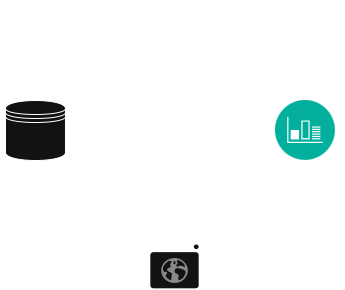
cardiology-gen-ai/agentic-rag keeps this draw.io diagram as images/agent_scheme.png. Above is the earlier version. Source tidied: cells renumbered, new cells last; positions are measured from the earlier drawing's top-left corner, leaving out a move shared by most shapes.
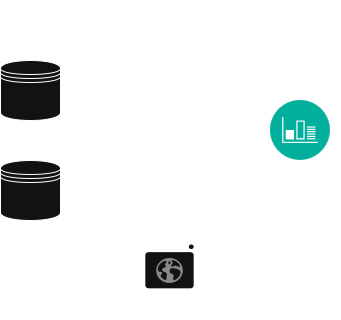
The same diagram one commit later.

The edit, as a diff of the source:
```diff
@@ -3,26 +3,11 @@
     <mxCell id="0" />
     <mxCell id="1" parent="0" />
     <mxCell id="2" style="shape=datastore;whiteSpace=wrap;html=1;" parent="1" vertex="1">
-      <mxGeometry x="5" y="100" width="60" height="60" as="geometry" />
+      <mxGeometry x="5" y="160" width="60" height="60" as="geometry" />
     </mxCell>
-    <mxCell id="3" style="endArrow=classic;html=1;rounded=0;exitX=1;exitY=0.5;exitDx=0;exitDy=0;" parent="1" edge="1">
-      <mxGeometry relative="1" as="geometry">
-        <mxPoint x="75" y="140" as="sourcePoint" />
-        <mxPoint x="135" y="140" as="targetPoint" />
-        <Array as="points">
-          <mxPoint x="105" y="140" />
-        </Array>
-      </mxGeometry>
-    </mxCell>
     <mxCell id="4" style="sketch=0;points=[[0,0,0],[0.25,0,0],[0.5,0,0],[0.75,0,0],[1,0,0],[0,1,0],[0.25,1,0],[0.5,1,0],[0.75,1,0],[1,1,0],[0,0.25,0],[0,0.5,0],[0,0.75,0],[1,0.25,0],[1,0.5,0],[1,0.75,0]];points=[[0,0,0],[0.25,0,0],[0.5,0,0],[0.75,0,0],[1,0,0],[0,1,0],[0.25,1,0],[0.5,1,0],[0.75,1,0],[1,1,0],[0,0.25,0],[0,0.5,0],[0,0.75,0],[1,0.25,0],[1,0.5,0],[1,0.75,0]];outlineConnect=0;fontColor=#232F3E;fillColor=none;strokeColor=light-dark(#FFFFFF,#FFFFFF);dashed=0;verticalLabelPosition=bottom;verticalAlign=top;align=center;html=1;fontSize=12;fontStyle=0;shape=mxgraph.aws4.resourceIcon;resIcon=mxgraph.aws4.chatbot;" parent="1" vertex="1">
       <mxGeometry x="135" y="91" width="78" height="78" as="geometry" />
     </mxCell>
-    <mxCell id="5" style="endArrow=classic;html=1;rounded=0;entryX=1;entryY=0.5;entryDx=0;entryDy=0;" parent="1" edge="1">
-      <mxGeometry relative="1" as="geometry">
-        <mxPoint x="135" y="129.9" as="sourcePoint" />
-        <mxPoint x="75" y="129.7" as="targetPoint" />
-      </mxGeometry>
-    </mxCell>
     <mxCell id="6" style="sketch=0;outlineConnect=0;fontColor=#232F3E;gradientColor=none;fillColor=light-dark(#FFFFFF,#FFFFFF);strokeColor=none;dashed=0;verticalLabelPosition=bottom;verticalAlign=top;align=center;html=1;fontSize=12;fontStyle=0;shape=mxgraph.aws4.user;" parent="1" vertex="1">
       <mxGeometry x="154" width="40" height="40" as="geometry" />
     </mxCell>
@@ -44,26 +29,55 @@
         <mxPoint x="11" y="-7" as="offset" />
       </mxGeometry>
     </mxCell>
-    <mxCell id="11" style="shadow=0;dashed=0;html=1;strokeColor=none;fillColor=light-dark(#FFFFFF,#FFFFFF);labelPosition=center;verticalLabelPosition=bottom;verticalAlign=top;align=center;shape=mxgraph.veeam.2d.web_ui;" parent="1" vertex="1">
+    <mxCell id="11" style="shadow=0;dashed=0;html=1;labelPosition=center;verticalLabelPosition=bottom;verticalAlign=top;align=center;shape=mxgraph.veeam.2d.web_ui;fillColor=light-dark(#FFFFFF,#FFFFFF);strokeColor=none;gradientColor=none;" parent="1" vertex="1">
       <mxGeometry x="147.3" y="240" width="53.4" height="50" as="geometry" />
     </mxCell>
-    <mxCell id="12" value="Database" style="text;html=1;align=center;verticalAlign=middle;strokeColor=none;fillColor=none;" parent="1" vertex="1">
-      <mxGeometry y="160" width="70" height="30" as="geometry" />
-    </mxCell>
-    <mxCell id="13" style="endArrow=classic;html=1;rounded=0;exitX=1;exitY=0.5;exitDx=0;exitDy=0;exitPerimeter=0;" parent="1" edge="1">
-      <mxGeometry relative="1" as="geometry">
-        <mxPoint x="213" y="129.7" as="sourcePoint" />
-        <mxPoint x="265" y="130" as="targetPoint" />
-        <Array as="points">
-          <mxPoint x="259" y="129.7" />
-        </Array>
-      </mxGeometry>
-    </mxCell>
     <mxCell id="14" value="LangFuse" style="text;html=1;align=center;verticalAlign=middle;strokeColor=none;fillColor=none;" parent="1" vertex="1">
       <mxGeometry x="265" y="160" width="80" height="30" as="geometry" />
     </mxCell>
     <mxCell id="15" style="image;perimeter=ellipsePerimeter;html=1;align=center;shadow=0;dashed=0;fontColor=#4277BB;labelBackgroundColor=default;fontSize=12;spacingTop=3;image=img/lib/ibm/management/monitoring_metrics.svg;imageBackground=none;imageBorder=none;" parent="1" vertex="1">
       <mxGeometry x="275" y="100" width="60" height="60" as="geometry" />
     </mxCell>
+    <mxCell id="16" style="shape=datastore;whiteSpace=wrap;html=1;" parent="1" vertex="1">
+      <mxGeometry x="5" y="60" width="60" height="60" as="geometry" />
+    </mxCell>
+    <mxCell id="17" style="endArrow=classic;html=1;rounded=0;endFill=1;" parent="1" edge="1">
+      <mxGeometry relative="1" as="geometry">
+        <mxPoint x="75" y="190" as="sourcePoint" />
+        <mxPoint x="125" y="160" as="targetPoint" />
+      </mxGeometry>
+    </mxCell>
+    <mxCell id="18" style="endArrow=none;html=1;rounded=0;startArrow=classic;startFill=0;" parent="1" edge="1">
+      <mxGeometry relative="1" as="geometry">
+        <mxPoint x="75" y="180" as="sourcePoint" />
+        <mxPoint x="125" y="150" as="targetPoint" />
+      </mxGeometry>
+    </mxCell>
+    <mxCell id="19" style="endArrow=classic;html=1;rounded=0;endFill=1;" parent="1" edge="1">
+      <mxGeometry relative="1" as="geometry">
+        <mxPoint x="75" y="100" as="sourcePoint" />
+        <mxPoint x="125" y="130" as="targetPoint" />
+      </mxGeometry>
+    </mxCell>
+    <mxCell id="20" style="endArrow=none;html=1;rounded=0;startArrow=classic;startFill=0;" parent="1" edge="1">
+      <mxGeometry relative="1" as="geometry">
+        <mxPoint x="75" y="90" as="sourcePoint" />
+        <mxPoint x="125" y="120" as="targetPoint" />
+      </mxGeometry>
+    </mxCell>
+    <mxCell id="21" value="Qdrant" style="text;html=1;align=center;verticalAlign=middle;strokeColor=none;fillColor=none;" parent="1" vertex="1">
+      <mxGeometry x="5" y="30" width="60" height="30" as="geometry" />
+    </mxCell>
+    <mxCell id="22" value="Sqlite" style="text;html=1;align=center;verticalAlign=middle;strokeColor=none;fillColor=none;" parent="1" vertex="1">
+      <mxGeometry x="10" y="220" width="50" height="30" as="geometry" />
+    </mxCell>
+    <mxCell id="23" style="endArrow=classic;html=1;rounded=0;exitX=1;exitY=0.5;exitDx=0;exitDy=0;exitPerimeter=0;" parent="1" edge="1" source="4">
+      <mxGeometry relative="1" as="geometry">
+        <mxPoint x="265" y="130" as="targetPoint" />
+      </mxGeometry>
+    </mxCell>
+    <mxCell id="24" value="Chainlit" style="text;html=1;align=center;verticalAlign=middle;strokeColor=none;fillColor=none;" parent="1" vertex="1">
+      <mxGeometry x="144" y="290" width="60" height="30" as="geometry" />
+    </mxCell>
   </root>
 </mxGraphModel>
```
